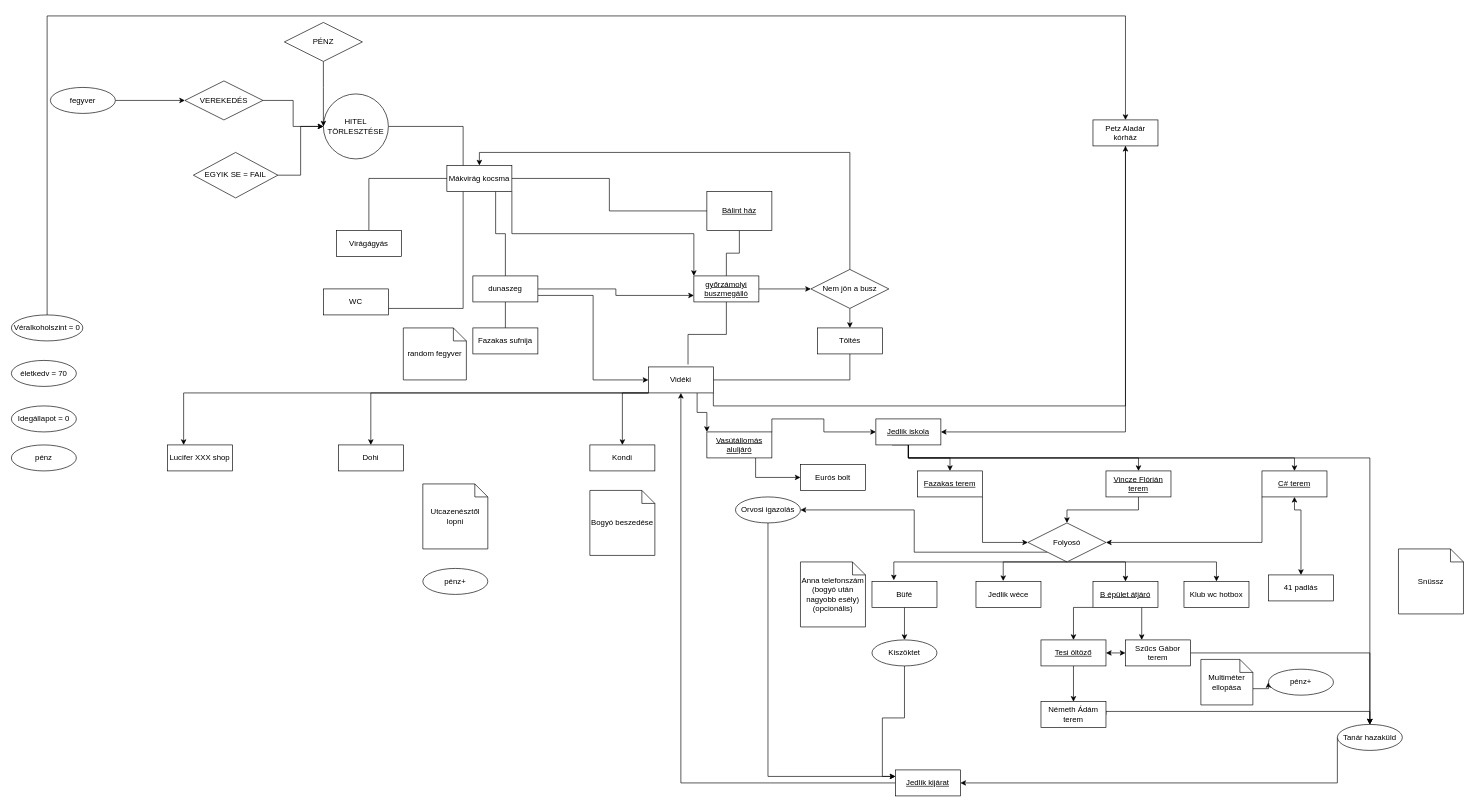
Earlier version of the draw.io diagram terv.drawio (p4likas51/sandbox_project). Source tidied: cells renumbered, new cells numbered last; positions are measured from the earlier drawing's top-left corner, leaving out a move shared by most shapes. Both pictures are drawn from the tidied source at 65%, with x=0, y=0 at pixel (11, 16).
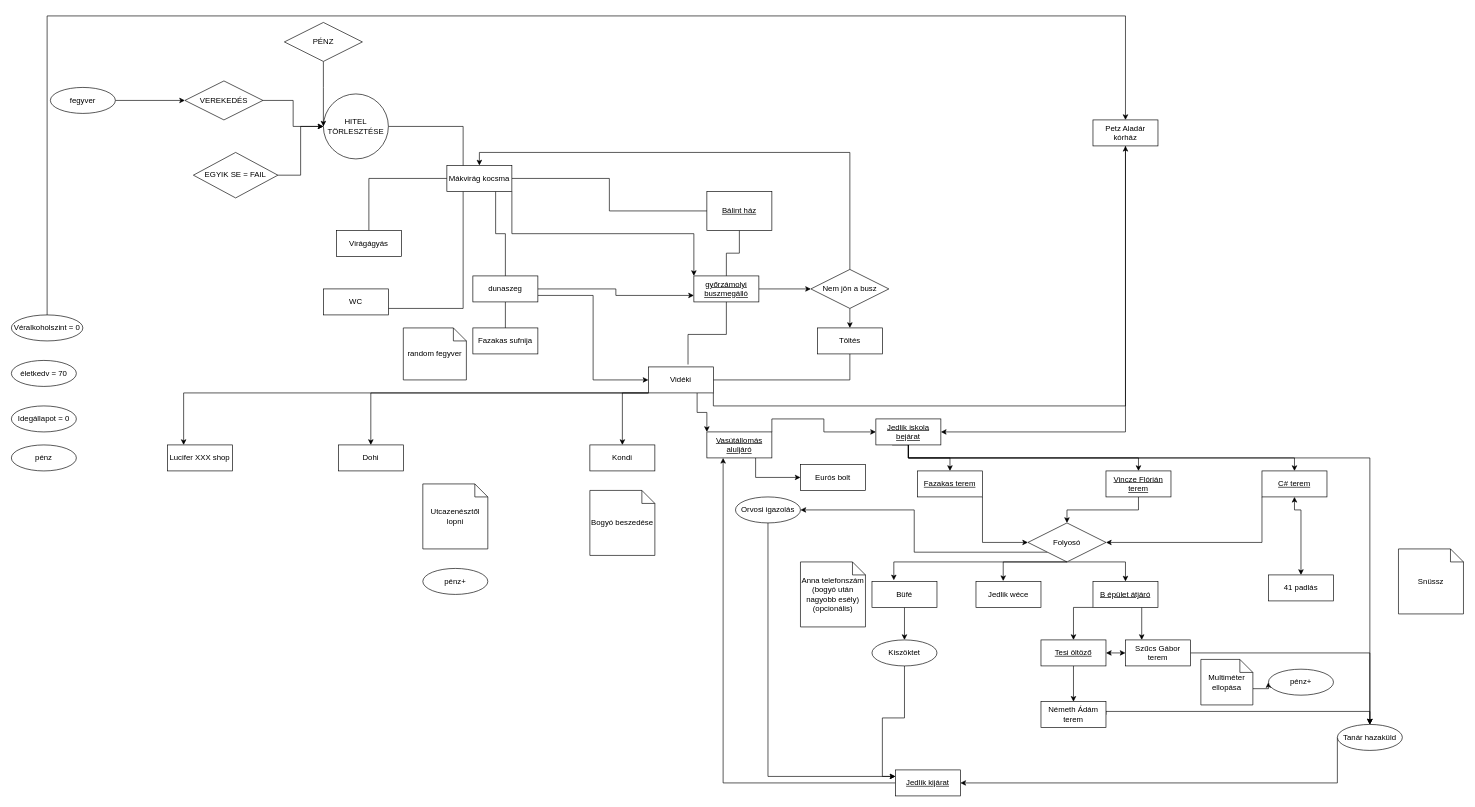
The same page after the edit.

Unchanged cells that the change refers to:
```xml
<mxCell id="29" value="&lt;u&gt;Vasútállomás aluljáró&lt;/u&gt;" style="whiteSpace=wrap;html=1;align=center;" parent="1" vertex="1">
  <mxGeometry x="1070" y="640" width="100" height="40" as="geometry" />
</mxCell>
<mxCell id="64" value="&lt;u&gt;Jedlik kijárat&lt;/u&gt;" style="whiteSpace=wrap;html=1;align=center;" parent="1" vertex="1">
  <mxGeometry x="1360" y="1160" width="100" height="40" as="geometry" />
</mxCell>
<mxCell id="70" value="Vidéki" style="whiteSpace=wrap;html=1;align=center;" parent="1" vertex="1">
  <mxGeometry x="980" y="540" width="100" height="40" as="geometry" />
</mxCell>
<mxCell id="78" value="Folyosó" style="shape=rhombus;perimeter=rhombusPerimeter;whiteSpace=wrap;html=1;align=center;" parent="1" vertex="1">
  <mxGeometry x="1564" y="780" width="120" height="60" as="geometry" />
</mxCell>
```

Change to the diagram source:
```diff
@@
-    <mxCell id="11" value="&lt;u&gt;Jedlik iskola&lt;/u&gt;" style="whiteSpace=wrap;html=1;align=center;" parent="1" vertex="1">
+    <mxCell id="11" value="&lt;u&gt;Jedlik iskola&lt;br&gt;bejárat&lt;br&gt;&lt;/u&gt;" style="whiteSpace=wrap;html=1;align=center;" parent="1" vertex="1">
       <mxGeometry x="1330" y="620" width="100" height="40" as="geometry" />
     </mxCell>
@@
-    <mxCell id="55" value="Klub wc hotbox" style="whiteSpace=wrap;html=1;align=center;" parent="1" vertex="1">
-      <mxGeometry x="1804" y="870" width="100" height="40" as="geometry" />
-    </mxCell>
@@
-    <mxCell id="63" style="edgeStyle=orthogonalEdgeStyle;rounded=0;jettySize=auto;html=1;exitX=0;exitY=0.5;exitDx=0;exitDy=0;entryX=0.5;entryY=1;entryDx=0;entryDy=0;" parent="1" edge="1" source="64" target="70">
-      <mxGeometry relative="1" as="geometry" />
-    </mxCell>
+    <mxCell id="106" style="edgeStyle=orthogonalEdgeStyle;rounded=0;jettySize=auto;html=1;exitX=0;exitY=0.5;exitDx=0;exitDy=0;entryX=0.25;entryY=1;entryDx=0;entryDy=0;" parent="1" edge="1" source="64" target="29">
+      <mxGeometry relative="1" as="geometry" />
+    </mxCell>
@@
-    <mxCell id="76" style="edgeStyle=orthogonalEdgeStyle;rounded=0;jettySize=auto;html=1;exitX=0.5;exitY=1;exitDx=0;exitDy=0;entryX=0.5;entryY=0;entryDx=0;entryDy=0;" parent="1" edge="1" source="78" target="55">
-      <mxGeometry relative="1" as="geometry">
-        <Array as="points">
-          <mxPoint x="1854" y="840" />
-        </Array>
-      </mxGeometry>
-    </mxCell>
```
